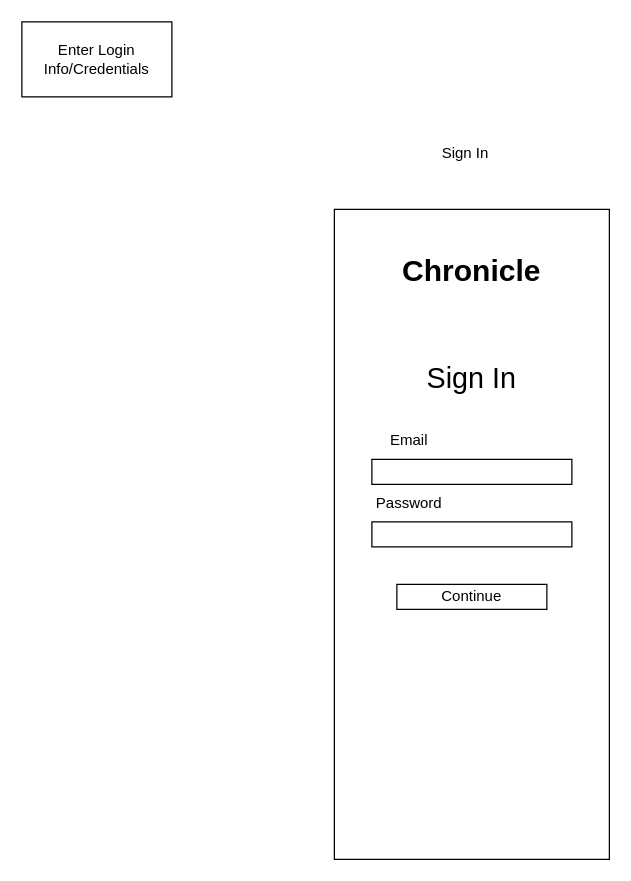
Earlier version of the draw.io diagram page "LogIn" (4 of 14) of Chronicle_Initial_App_Wireframe_Designs.drawio (Vaibhav-G-Parmar/Chronicle-Your-Ultimate-Travel-Companion). Source tidied: cells renumbered, new cells numbered last; positions are measured from the earlier drawing's top-left corner, leaving out a move shared by most shapes. Both pictures are drawn from the tidied source at 125%, with x=0, y=0 at pixel (21, 21).
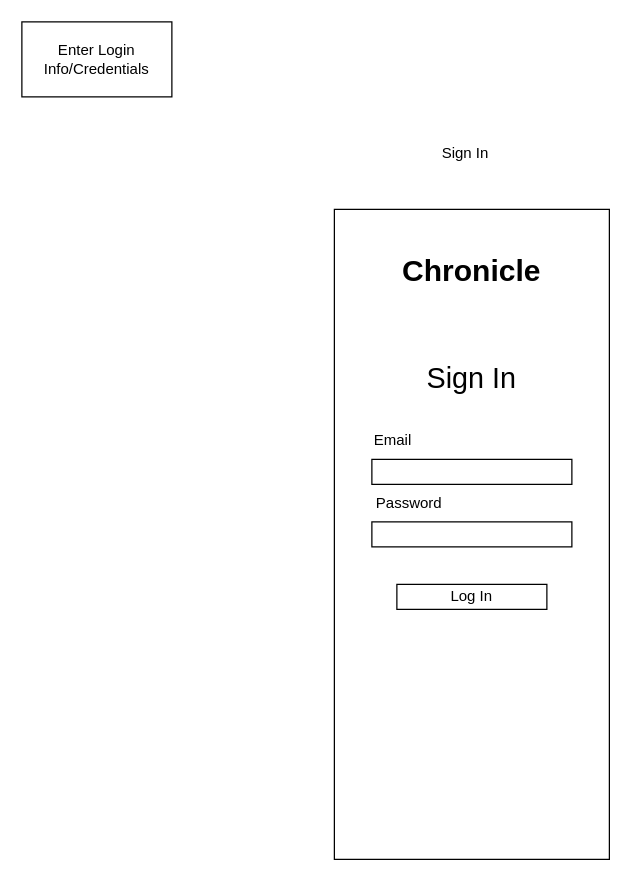
The same page after the edit.

Change to the diagram source:
```diff
@@
 <mxGraphModel>
   <root>
     <mxCell id="0" />
     <mxCell id="1" parent="0" />
     <mxCell id="2" value="Enter Login Info/Credentials" style="rounded=0;whiteSpace=wrap;html=1;" parent="1" vertex="1">
       <mxGeometry width="120" height="60" as="geometry" />
     </mxCell>
     <mxCell id="3" style="endArrow=none;html=1;rounded=0;" parent="1" edge="1">
       <mxGeometry relative="1" as="geometry">
         <mxPoint x="450" y="190" as="sourcePoint" />
         <mxPoint x="450" y="190" as="targetPoint" />
       </mxGeometry>
     </mxCell>
     <mxCell id="4" style="rounded=0;whiteSpace=wrap;html=1;" parent="1" vertex="1">
       <mxGeometry x="250" y="150" width="220" height="520" as="geometry" />
     </mxCell>
     <mxCell id="5" value="Sign In" style="text;html=1;strokeColor=none;fillColor=none;align=center;verticalAlign=middle;whiteSpace=wrap;rounded=0;" parent="1" vertex="1">
       <mxGeometry x="325" y="90" width="60" height="30" as="geometry" />
     </mxCell>
     <mxCell id="6" style="rounded=0;whiteSpace=wrap;html=1;" parent="1" vertex="1">
       <mxGeometry x="280" y="350" width="160" height="20" as="geometry" />
     </mxCell>
     <mxCell id="7" style="rounded=0;whiteSpace=wrap;html=1;" parent="1" vertex="1">
       <mxGeometry x="280" y="400" width="160" height="20" as="geometry" />
     </mxCell>
-    <mxCell id="8" value="Email" style="text;html=1;strokeColor=none;fillColor=none;align=center;verticalAlign=middle;whiteSpace=wrap;rounded=0;" parent="1" vertex="1">
+    <mxCell id="8" value="Email" style="text;html=1;strokeColor=none;fillColor=none;align=left;verticalAlign=middle;whiteSpace=wrap;rounded=0;" parent="1" vertex="1">
       <mxGeometry x="280" y="320" width="60" height="30" as="geometry" />
     </mxCell>
     <mxCell id="9" value="Password" style="text;html=1;strokeColor=none;fillColor=none;align=center;verticalAlign=middle;whiteSpace=wrap;rounded=0;" parent="1" vertex="1">
       <mxGeometry x="280" y="370" width="60" height="30" as="geometry" />
     </mxCell>
     <mxCell id="10" value="&lt;font style=&quot;font-size: 23px;&quot;&gt;Sign In&lt;/font&gt;" style="text;html=1;strokeColor=none;fillColor=none;align=center;verticalAlign=middle;whiteSpace=wrap;rounded=0;" parent="1" vertex="1">
       <mxGeometry x="320" y="270" width="80" height="30" as="geometry" />
     </mxCell>
-    <mxCell id="11" value="Continue" style="rounded=0;whiteSpace=wrap;html=1;" parent="1" vertex="1">
+    <mxCell id="11" value="Log In" style="rounded=0;whiteSpace=wrap;html=1;" parent="1" vertex="1">
       <mxGeometry x="300" y="450" width="120" height="20" as="geometry" />
     </mxCell>
     <mxCell id="12" value="&lt;h1&gt;Chronicle&lt;/h1&gt;&lt;p&gt;&lt;br&gt;&lt;/p&gt;" style="text;html=1;strokeColor=none;fillColor=none;spacing=5;spacingTop=-20;whiteSpace=wrap;overflow=hidden;rounded=0;align=center;" parent="1" vertex="1">
       <mxGeometry x="295" y="180" width="130" height="40" as="geometry" />
     </mxCell>
   </root>
 </mxGraphModel>
```
